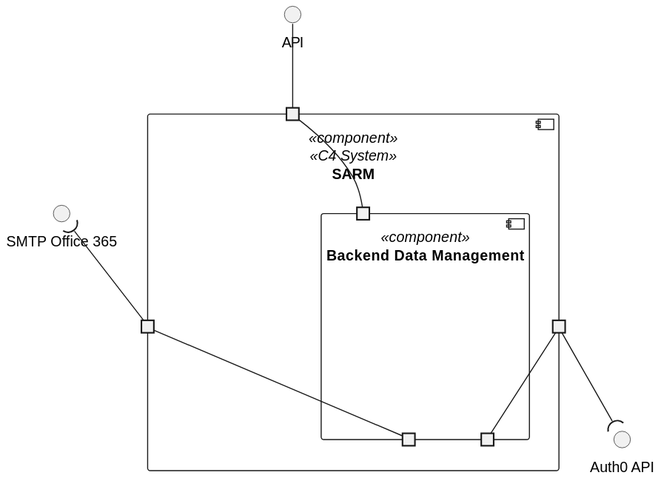
This is docs/views/level2/logic-view.svg from 1220846/sem5pi-24-25-3ddg20, a PlantUML export, as it was before one commit. Its diagram source:
```plantuml
@startuml
top to bottom direction

interface "API" as API
interface "Auth0 API" as A0API
interface "SMTP Office 365" as SMTP_Office_365

component "SARM" <<component>> <<C4 System>> {
    portin " " as SARMPI
    portout " " as SARMPO1
    portout " " as SARMPO2

    component "Backend Data Management" <<component>> {
        portin " " as BackendPI
        portout " " as BackendPO1
        portout " " as BackendPO2
    }

}

API -- SARMPI
SARMPO1 --( A0API
SARMPI -- BackendPI
SARMPO1 -- BackendPO1

SARMPO2 -- BackendPO2
SARMPO2 -u-( SMTP_Office_365
@enduml
```
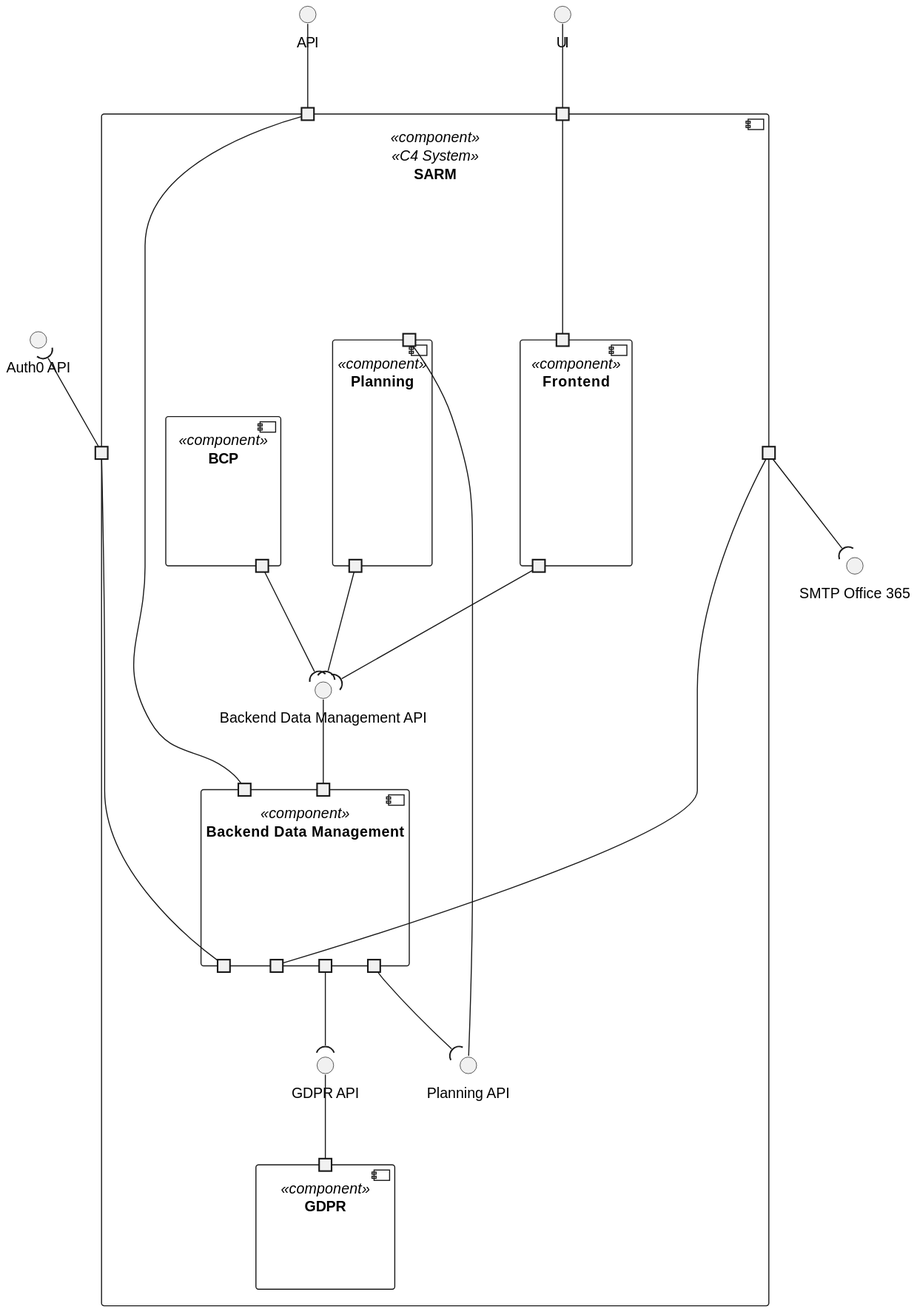
After the commit.

Diff of the diagram source:
```diff
@@ -2,27 +2,70 @@
 top to bottom direction
 
 interface "API" as API
+interface "UI" as UI
 interface "Auth0 API" as A0API
 interface "SMTP Office 365" as SMTP_Office_365
 
 component "SARM" <<component>> <<C4 System>> {
     portin " " as SARMPI
+    portin " " as SARMPIUI
     portout " " as SARMPO1
     portout " " as SARMPO2
+
+    interface "Backend Data Management API" as BACKENDAPI
 
     component "Backend Data Management" <<component>> {
         portin " " as BackendPI
         portout " " as BackendPO1
         portout " " as BackendPO2
+        portout " " as BackendPO3
+        portout " " as BackendPO4
+        portin " " as BackendPI2
+    }
+
+    component "Frontend" <<component>> {
+        portin " " as FrontendINUI
+        portout " " as FrontendOutUI2
+    }
+
+    interface "Planning API" as PLANNINGAPI
+
+    component "Planning" <<component>> {
+        portin " " as PLANNINGINUI
+        portout " " as PLANNINGOutUI
+    }
+
+    interface "GDPR API" as GDPR_API
+
+    component "GDPR" <<component>> {
+        portin " " as GDPRINUI
+    }
+
+    component "BCP" <<component>> {
+        portout " " as BCPOutUI
     }
 
 }
 
+UI -- SARMPIUI
+SARMPIUI --- FrontendINUI
+FrontendOutUI2 --( BACKENDAPI
+BackendPI2 -U- BACKENDAPI
+
+GDPRINUI -U- GDPR_API
+BackendPO3 --( GDPR_API
+
+PLANNINGINUI -U- PLANNINGAPI
+BackendPO4 --( PLANNINGAPI
+PLANNINGOutUI --( BACKENDAPI
+
+BCPOutUI --( BACKENDAPI
+
 API -- SARMPI
-SARMPO1 --( A0API
+SARMPO1 -u-( A0API
 SARMPI -- BackendPI
 SARMPO1 -- BackendPO1
 
 SARMPO2 -- BackendPO2
-SARMPO2 -u-( SMTP_Office_365
+SARMPO2 --( SMTP_Office_365
 @enduml
```
